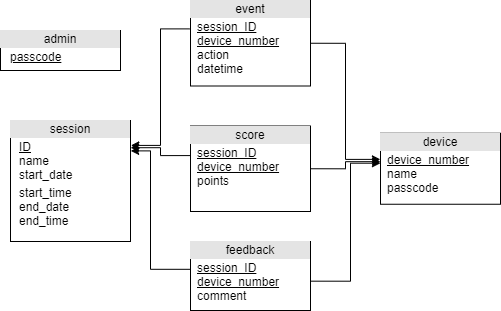
Earlier version of the draw.io export Relational Diagram.png (maiandrew23/LockBox). Source tidied: cells renumbered, new cells last; positions are measured from the earlier drawing's top-left corner, leaving out a move shared by most shapes.
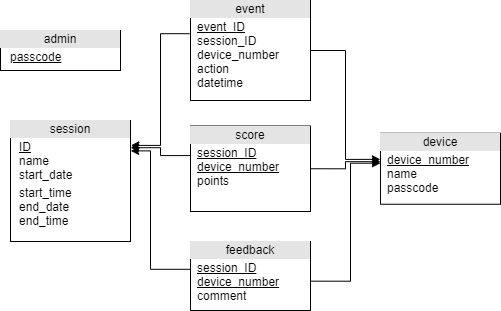
Above is the later version.

Commit message:
Added event_ID and made it the primary key, see #22

Diff of the diagram source:
```diff
@@ -17,8 +17,8 @@
     <mxCell id="6" style="edgeStyle=orthogonalEdgeStyle;rounded=0;jettySize=auto;html=1;exitX=1;exitY=0.5;exitDx=0;exitDy=0;entryX=-0.001;entryY=0.368;entryDx=0;entryDy=0;entryPerimeter=0;" parent="1" edge="1" source="7" target="3">
       <mxGeometry relative="1" as="geometry" />
     </mxCell>
-    <mxCell id="7" value="&lt;div style=&quot;text-align: center ; box-sizing: border-box ; width: 100% ; background: rgb(228 , 228 , 228) ; padding: 2px&quot;&gt;event&lt;/div&gt;&lt;table style=&quot;width: 100% ; font-size: 1em&quot; cellpadding=&quot;2&quot; cellspacing=&quot;0&quot;&gt;&lt;tbody&gt;&lt;tr&gt;&lt;td&gt;&lt;br&gt;&lt;/td&gt;&lt;td&gt;&lt;u&gt;session_ID&lt;br&gt;device_number&lt;br&gt;&lt;/u&gt;action&lt;br&gt;datetime&lt;br&gt;&lt;br&gt;&lt;/td&gt;&lt;/tr&gt;&lt;tr&gt;&lt;td&gt;&lt;br&gt;&lt;/td&gt;&lt;td&gt;&lt;br&gt;&lt;/td&gt;&lt;/tr&gt;&lt;tr&gt;&lt;td&gt;&lt;/td&gt;&lt;td&gt;&lt;br&gt;&lt;/td&gt;&lt;/tr&gt;&lt;/tbody&gt;&lt;/table&gt;" style="verticalAlign=top;align=left;overflow=fill;html=1;" parent="1" vertex="1">
-      <mxGeometry x="190" width="120" height="85.5" as="geometry" />
+    <mxCell id="7" value="&lt;div style=&quot;text-align: center ; box-sizing: border-box ; width: 100% ; background: rgb(228 , 228 , 228) ; padding: 2px&quot;&gt;event&lt;/div&gt;&lt;table style=&quot;width: 100% ; font-size: 1em&quot; cellpadding=&quot;2&quot; cellspacing=&quot;0&quot;&gt;&lt;tbody&gt;&lt;tr&gt;&lt;td&gt;&lt;br&gt;&lt;/td&gt;&lt;td&gt;&lt;u&gt;event_ID&lt;/u&gt;&lt;br&gt;session_ID&lt;br&gt;device_number&lt;br&gt;action&lt;br&gt;datetime&lt;br&gt;&lt;br&gt;&lt;/td&gt;&lt;/tr&gt;&lt;tr&gt;&lt;td&gt;&lt;br&gt;&lt;/td&gt;&lt;td&gt;&lt;br&gt;&lt;/td&gt;&lt;/tr&gt;&lt;tr&gt;&lt;td&gt;&lt;/td&gt;&lt;td&gt;&lt;br&gt;&lt;/td&gt;&lt;/tr&gt;&lt;/tbody&gt;&lt;/table&gt;" style="verticalAlign=top;align=left;overflow=fill;html=1;" parent="1" vertex="1">
+      <mxGeometry x="190" width="120" height="100" as="geometry" />
     </mxCell>
     <mxCell id="8" style="edgeStyle=orthogonalEdgeStyle;rounded=0;jettySize=auto;html=1;exitX=0.008;exitY=0.346;exitDx=0;exitDy=0;exitPerimeter=0;entryX=1.001;entryY=0.225;entryDx=0;entryDy=0;entryPerimeter=0;" parent="1" edge="1" source="10" target="2">
       <mxGeometry relative="1" as="geometry" />
```
